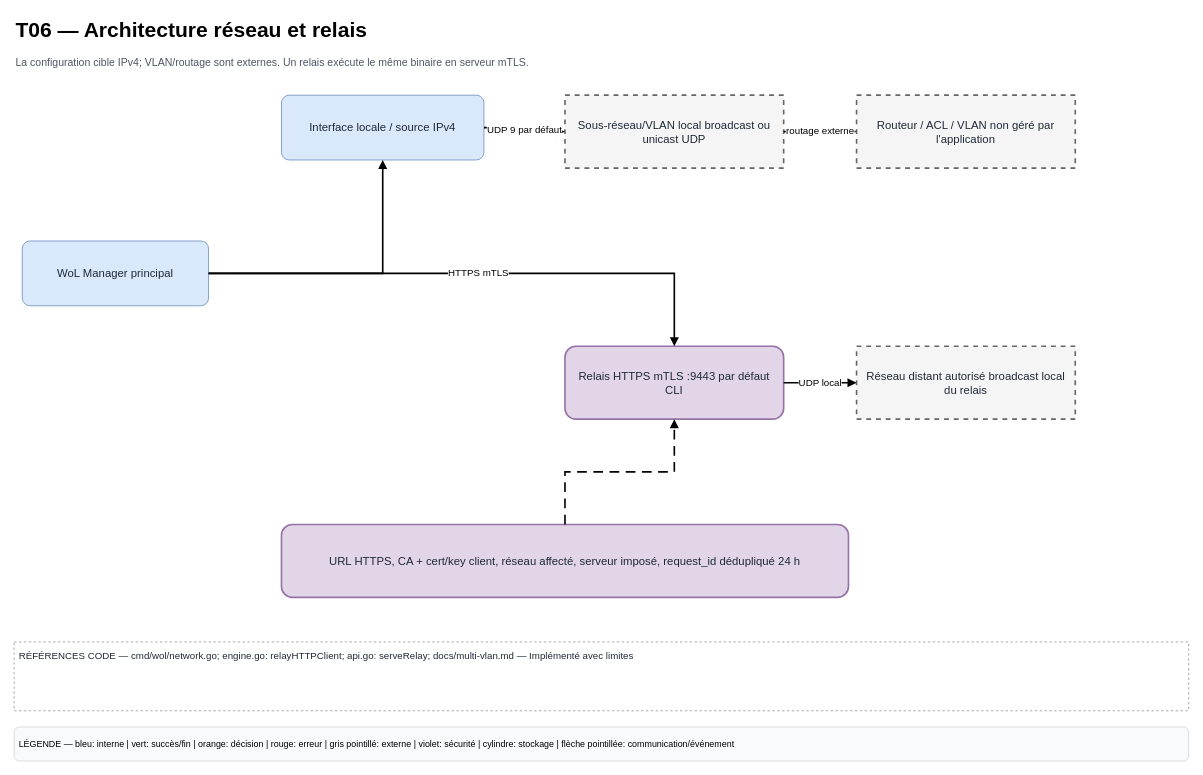
This is page "T06 — Réseau et relais" (6 of 18) of docs/diagrams/WoL-Manager-Technique.drawio from HaasGa-Factory/WOL-Manager, a draw.io file, before an edit. Source tidied: cells renumbered, new cells numbered last; positions are measured from the earlier drawing's top-left corner, leaving out a move shared by most shapes. Both pictures are drawn from the tidied source at 81%, with x=0, y=0 at pixel (14, 14).
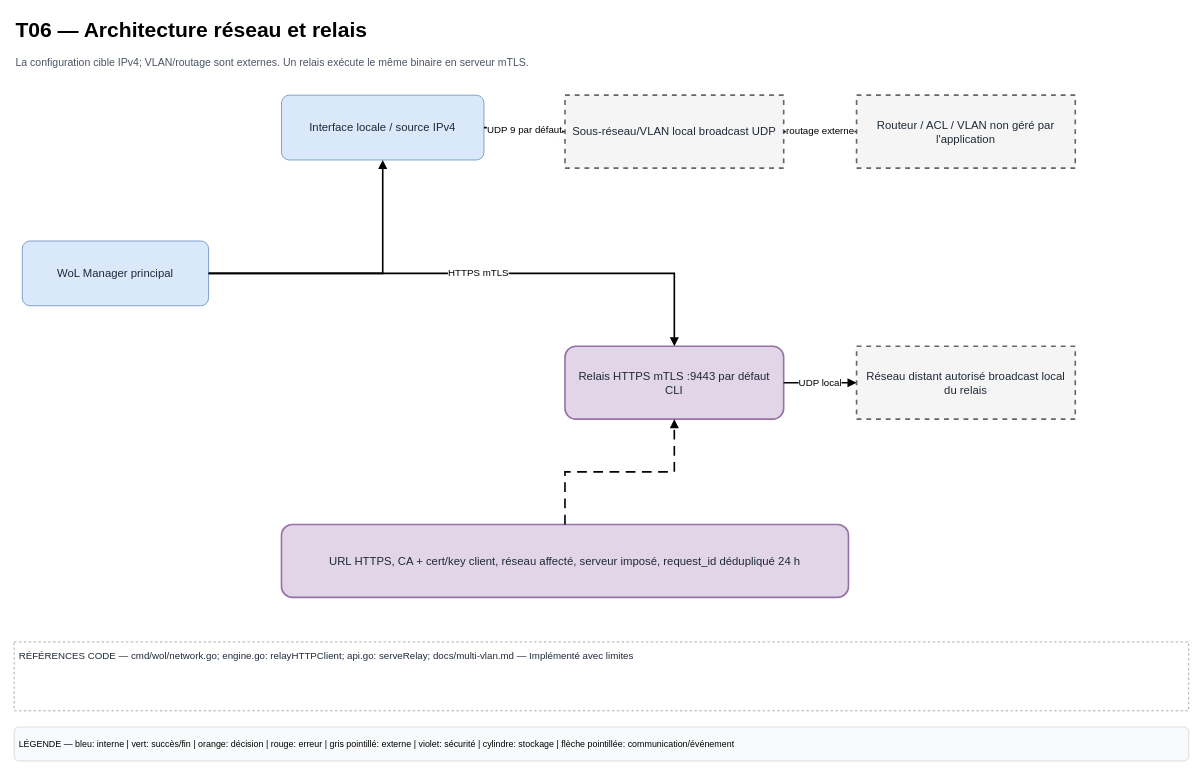
After the change.

Diff of the diagram source:
```diff
@@
 <mxGraphModel>
   <root>
     <mxCell id="0" />
     <mxCell id="1" parent="0" />
     <mxCell id="2" value="T06 — Architecture réseau et relais" style="text;html=1;strokeColor=none;fillColor=none;fontSize=26;fontStyle=1;align=left;verticalAlign=middle;" parent="1" vertex="1">
       <mxGeometry width="1100" height="40" as="geometry" />
     </mxCell>
     <mxCell id="3" value="La configuration cible IPv4; VLAN/routage sont externes. Un relais exécute le même binaire en serveur mTLS." style="text;html=1;strokeColor=none;fillColor=none;fontSize=13;fontColor=#4b5563;align=left;verticalAlign=top;whiteSpace=wrap;" parent="1" vertex="1">
       <mxGeometry y="45" width="1450" height="55" as="geometry" />
     </mxCell>
     <mxCell id="4" value="LÉGENDE — bleu: interne | vert: succès/fin | orange: décision | rouge: erreur | gris pointillé: externe | violet: sécurité | cylindre: stockage | flèche pointillée: communication/événement" style="rounded=1;whiteSpace=wrap;html=1;fillColor=#f9fafb;strokeColor=#d1d5db;fontSize=11;align=left;spacing=6;" parent="1" vertex="1">
       <mxGeometry y="880" width="1450" height="42" as="geometry" />
     </mxCell>
     <mxCell id="5" value="RÉFÉRENCES CODE — cmd/wol/network.go; engine.go: relayHTTPClient; api.go: serveRelay; docs/multi-vlan.md — Implémenté avec limites" style="whiteSpace=wrap;html=1;fillColor=#ffffff;strokeColor=#999999;fontSize=14;fontColor=#1f2937;align=center;verticalAlign=middle;spacing=6;shadow=0;rounded=0;dashed=1;align=left;verticalAlign=top;fontSize=12;" parent="1" vertex="1">
       <mxGeometry y="775" width="1450" height="85" as="geometry" />
     </mxCell>
     <mxCell id="6" value="WoL Manager principal" style="whiteSpace=wrap;html=1;fillColor=#dae8fc;strokeColor=#6c8ebf;fontSize=14;fontColor=#1f2937;align=center;verticalAlign=middle;spacing=6;shadow=0;rounded=1;arcSize=12;" parent="1" vertex="1">
       <mxGeometry x="10" y="280" width="230" height="80" as="geometry" />
     </mxCell>
     <mxCell id="7" value="Interface locale / source IPv4" style="whiteSpace=wrap;html=1;fillColor=#dae8fc;strokeColor=#6c8ebf;fontSize=14;fontColor=#1f2937;align=center;verticalAlign=middle;spacing=6;shadow=0;rounded=1;arcSize=12;" parent="1" vertex="1">
       <mxGeometry x="330" y="100" width="250" height="80" as="geometry" />
     </mxCell>
-    <mxCell id="8" value="Sous-réseau/VLAN local&amp;#xa;broadcast ou unicast UDP" style="whiteSpace=wrap;html=1;fillColor=#f5f5f5;strokeColor=#666666;fontSize=14;fontColor=#1f2937;align=center;verticalAlign=middle;spacing=6;shadow=0;rounded=0;strokeWidth=2;dashed=1;" parent="1" vertex="1">
+    <mxCell id="8" value="Sous-réseau/VLAN local&amp;#xa;broadcast UDP" style="whiteSpace=wrap;html=1;fillColor=#f5f5f5;strokeColor=#666666;fontSize=14;fontColor=#1f2937;align=center;verticalAlign=middle;spacing=6;shadow=0;rounded=0;strokeWidth=2;dashed=1;" parent="1" vertex="1">
       <mxGeometry x="680" y="100" width="270" height="90" as="geometry" />
     </mxCell>
     <mxCell id="9" value="Routeur / ACL / VLAN&amp;#xa;non géré par l&amp;#x27;application" style="whiteSpace=wrap;html=1;fillColor=#f5f5f5;strokeColor=#666666;fontSize=14;fontColor=#1f2937;align=center;verticalAlign=middle;spacing=6;shadow=0;rounded=0;strokeWidth=2;dashed=1;" parent="1" vertex="1">
       <mxGeometry x="1040" y="100" width="270" height="90" as="geometry" />
     </mxCell>
     <mxCell id="10" value="Relais HTTPS mTLS&amp;#xa;:9443 par défaut CLI" style="whiteSpace=wrap;html=1;fillColor=#e1d5e7;strokeColor=#9673a6;fontSize=14;fontColor=#1f2937;align=center;verticalAlign=middle;spacing=6;shadow=0;rounded=1;strokeWidth=2;" parent="1" vertex="1">
       <mxGeometry x="680" y="410" width="270" height="90" as="geometry" />
     </mxCell>
     <mxCell id="11" value="Réseau distant autorisé&amp;#xa;broadcast local du relais" style="whiteSpace=wrap;html=1;fillColor=#f5f5f5;strokeColor=#666666;fontSize=14;fontColor=#1f2937;align=center;verticalAlign=middle;spacing=6;shadow=0;rounded=0;strokeWidth=2;dashed=1;" parent="1" vertex="1">
       <mxGeometry x="1040" y="410" width="270" height="90" as="geometry" />
     </mxCell>
     <mxCell id="12" value="URL HTTPS, CA + cert/key client, réseau affecté, serveur imposé, request_id dédupliqué 24 h" style="whiteSpace=wrap;html=1;fillColor=#e1d5e7;strokeColor=#9673a6;fontSize=14;fontColor=#1f2937;align=center;verticalAlign=middle;spacing=6;shadow=0;rounded=1;strokeWidth=2;" parent="1" vertex="1">
       <mxGeometry x="330" y="630" width="700" height="90" as="geometry" />
     </mxCell>
     <mxCell id="13" style="edgeStyle=orthogonalEdgeStyle;rounded=0;jettySize=auto;html=1;endArrow=block;endFill=1;strokeWidth=2;fontSize=12;labelBackgroundColor=#ffffff;" parent="1" edge="1" source="6" target="7">
       <mxGeometry relative="1" as="geometry" />
     </mxCell>
     <mxCell id="14" value="UDP 9 par défaut" style="edgeStyle=orthogonalEdgeStyle;rounded=0;jettySize=auto;html=1;endArrow=block;endFill=1;strokeWidth=2;fontSize=12;labelBackgroundColor=#ffffff;" parent="1" edge="1" source="7" target="8">
       <mxGeometry relative="1" as="geometry" />
     </mxCell>
     <mxCell id="15" value="routage externe" style="edgeStyle=orthogonalEdgeStyle;rounded=0;jettySize=auto;html=1;endArrow=block;endFill=1;strokeWidth=2;fontSize=12;labelBackgroundColor=#ffffff;dashed=1;dashPattern=6 4;" parent="1" edge="1" source="8" target="9">
       <mxGeometry relative="1" as="geometry" />
     </mxCell>
     <mxCell id="16" value="HTTPS mTLS" style="edgeStyle=orthogonalEdgeStyle;rounded=0;jettySize=auto;html=1;endArrow=block;endFill=1;strokeWidth=2;fontSize=12;labelBackgroundColor=#ffffff;" parent="1" edge="1" source="6" target="10">
       <mxGeometry relative="1" as="geometry" />
     </mxCell>
     <mxCell id="17" value="UDP local" style="edgeStyle=orthogonalEdgeStyle;rounded=0;jettySize=auto;html=1;endArrow=block;endFill=1;strokeWidth=2;fontSize=12;labelBackgroundColor=#ffffff;" parent="1" edge="1" source="10" target="11">
       <mxGeometry relative="1" as="geometry" />
     </mxCell>
     <mxCell id="18" style="edgeStyle=orthogonalEdgeStyle;rounded=0;jettySize=auto;html=1;endArrow=block;endFill=1;strokeWidth=2;fontSize=12;labelBackgroundColor=#ffffff;dashed=1;dashPattern=6 4;" parent="1" edge="1" source="12" target="10">
       <mxGeometry relative="1" as="geometry" />
     </mxCell>
   </root>
 </mxGraphModel>
```
